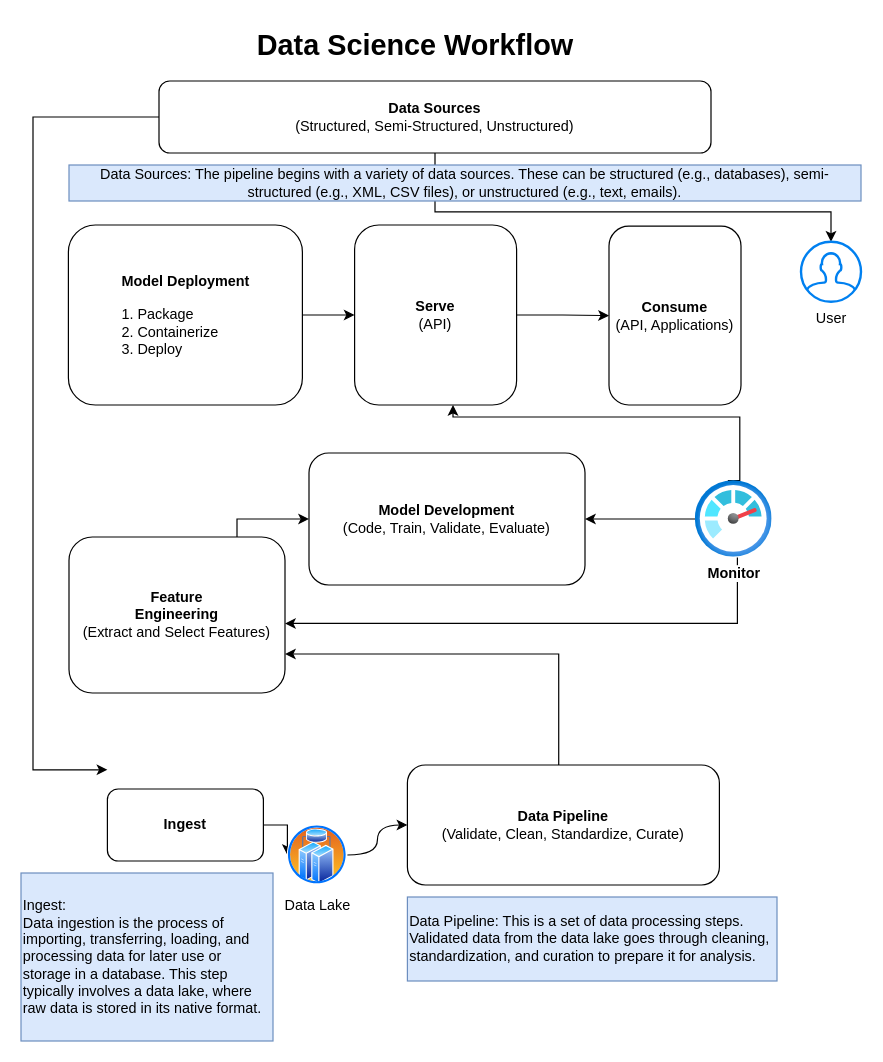
Above: data_science_workflow.drawio in denezt/data-pipeline (draw.io), before the change. Source tidied: cells renumbered, new cells numbered last; positions are measured from the earlier drawing's top-left corner, leaving out a move shared by most shapes. Both pictures are drawn from the tidied source at 120%, with x=0, y=0 at pixel (20, 20).
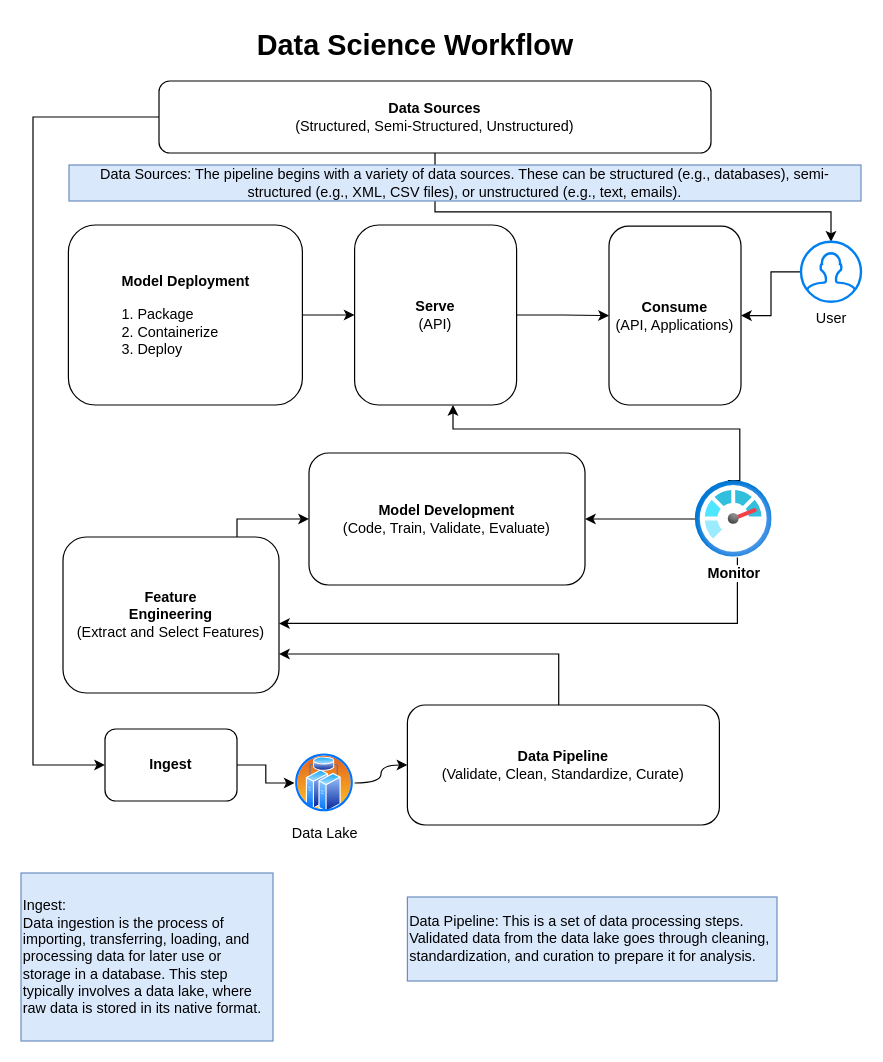
The same page after the edit.

Unchanged cells that the change refers to:
```xml
<mxCell id="2" value="&lt;b&gt;Data Sources&lt;/b&gt;&lt;div&gt;(Structured, Semi-Structured, Unstructured)&lt;/div&gt;" style="rounded=1;whiteSpace=wrap;html=1;" parent="1" vertex="1">
  <mxGeometry x="115" y="50" width="460" height="60" as="geometry" />
</mxCell>
<mxCell id="4" value="&lt;b&gt;Consume&lt;/b&gt;&lt;div&gt;(API, Applications)&lt;/div&gt;" style="rounded=1;whiteSpace=wrap;html=1;" parent="1" vertex="1">
  <mxGeometry x="490" y="171" width="110" height="149" as="geometry" />
</mxCell>
<mxCell id="5" value="User" style="html=1;verticalLabelPosition=bottom;align=center;labelBackgroundColor=#ffffff;verticalAlign=top;strokeWidth=2;strokeColor=#0080F0;shadow=0;dashed=0;shape=mxgraph.ios7.icons.user;" parent="1" vertex="1">
  <mxGeometry x="650" y="184" width="50" height="50" as="geometry" />
</mxCell>
<mxCell id="7" value="&lt;b&gt;Serve&lt;/b&gt;&lt;div&gt;(API)&lt;/div&gt;" style="rounded=1;whiteSpace=wrap;html=1;" parent="1" vertex="1">
  <mxGeometry x="278" y="170" width="135" height="150" as="geometry" />
</mxCell>
<mxCell id="16" value="&lt;b&gt;Monitor&lt;/b&gt;" style="image;html=1;points=[];align=center;fontSize=12;image=img/lib/azure2/management_governance/Monitor.svg;" parent="1" vertex="1">
  <mxGeometry x="562" y="383" width="64" height="64" as="geometry" />
</mxCell>
```

Change to the diagram source:
```diff
@@
+    <mxCell id="28" style="edgeStyle=orthogonalEdgeStyle;rounded=0;jettySize=auto;html=1;" parent="1" edge="1" source="5" target="4">
+      <mxGeometry relative="1" as="geometry" />
+    </mxCell>
@@
     <mxCell id="12" value="&lt;b&gt;Feature&lt;/b&gt;&lt;div&gt;&lt;b&gt;Engineering&lt;/b&gt;&lt;/div&gt;&lt;div&gt;(Extract and Select Features)&lt;/div&gt;" style="rounded=1;whiteSpace=wrap;html=1;" parent="1" vertex="1">
-      <mxGeometry x="40" y="430" width="180" height="130" as="geometry" />
+      <mxGeometry x="35" y="430" width="180" height="130" as="geometry" />
     </mxCell>
     <mxCell id="13" style="edgeStyle=orthogonalEdgeStyle;rounded=0;jettySize=auto;html=1;exitX=0.422;exitY=0;exitDx=0;exitDy=0;exitPerimeter=0;" parent="1" edge="1" source="16" target="7">
       <mxGeometry relative="1" as="geometry">
         <Array as="points">
-          <mxPoint x="599" y="330" />
-          <mxPoint x="360" y="330" />
+          <mxPoint x="599" y="383" />
+          <mxPoint x="599" y="340" />
+          <mxPoint x="360" y="340" />
         </Array>
       </mxGeometry>
     </mxCell>
@@
     <mxCell id="18" value="&lt;b&gt;Data Pipeline&lt;/b&gt;&lt;div&gt;(Validate, Clean, Standardize, Curate)&lt;/div&gt;" style="rounded=1;whiteSpace=wrap;html=1;" parent="1" vertex="1">
-      <mxGeometry x="322" y="620" width="260" height="100" as="geometry" />
+      <mxGeometry x="322" y="570" width="260" height="100" as="geometry" />
     </mxCell>
-    <mxCell id="19" style="edgeStyle=orthogonalEdgeStyle;rounded=0;jettySize=auto;html=1;" parent="1" edge="1" source="20" target="22">
+    <mxCell id="19" style="edgeStyle=orthogonalEdgeStyle;rounded=0;jettySize=auto;html=1;entryX=0;entryY=0.5;entryDx=0;entryDy=0;" parent="1" edge="1" source="20" target="22">
       <mxGeometry relative="1" as="geometry" />
     </mxCell>
     <mxCell id="20" value="&lt;b&gt;Ingest&lt;/b&gt;" style="rounded=1;whiteSpace=wrap;html=1;" parent="1" vertex="1">
-      <mxGeometry x="72" y="640" width="130" height="60" as="geometry" />
+      <mxGeometry x="70" y="590" width="110" height="60" as="geometry" />
     </mxCell>
@@
     <mxCell id="22" value="Data Lake" style="image;perimeter=ellipsePerimeter;html=1;align=center;shadow=0;dashed=0;spacingTop=3;image=img/lib/active_directory/cluster_server.svg;" parent="1" vertex="1">
-      <mxGeometry x="222" y="670" width="50" height="50" as="geometry" />
+      <mxGeometry x="228" y="610" width="50" height="50" as="geometry" />
     </mxCell>
-    <mxCell id="23" style="edgeStyle=orthogonalEdgeStyle;rounded=0;jettySize=auto;html=1;entryX=0;entryY=0.4;entryDx=0;entryDy=0;exitX=0;exitY=0.5;exitDx=0;exitDy=0;entryPerimeter=0;" parent="1" edge="1" source="2">
+    <mxCell id="23" style="edgeStyle=orthogonalEdgeStyle;rounded=0;jettySize=auto;html=1;entryX=0;entryY=0.5;entryDx=0;entryDy=0;exitX=0;exitY=0.5;exitDx=0;exitDy=0;" parent="1" edge="1" source="2" target="20">
       <mxGeometry relative="1" as="geometry">
-        <mxPoint x="72" y="624" as="targetPoint" />
         <Array as="points">
           <mxPoint x="10" y="80" />
-          <mxPoint x="10" y="624" />
+          <mxPoint x="10" y="620" />
         </Array>
       </mxGeometry>
     </mxCell>
```
